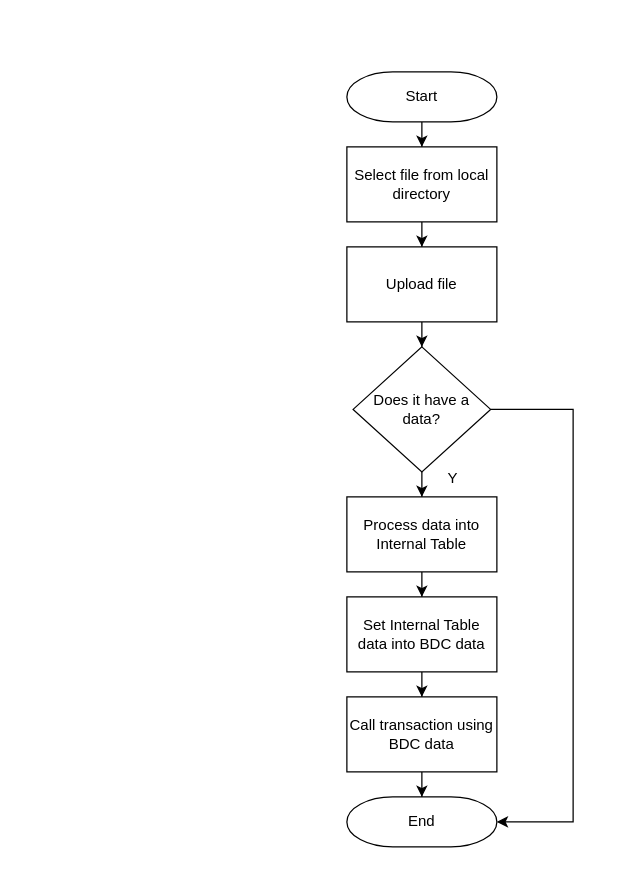
Above: MatDet.drawio in ivanpilariza/assignment (draw.io), before the change. Source tidied: cells renumbered, new cells numbered last; positions are measured from the earlier drawing's top-left corner, leaving out a move shared by most shapes. Both pictures are drawn from the tidied source at 125%, with x=0, y=0 at pixel (346, 71).
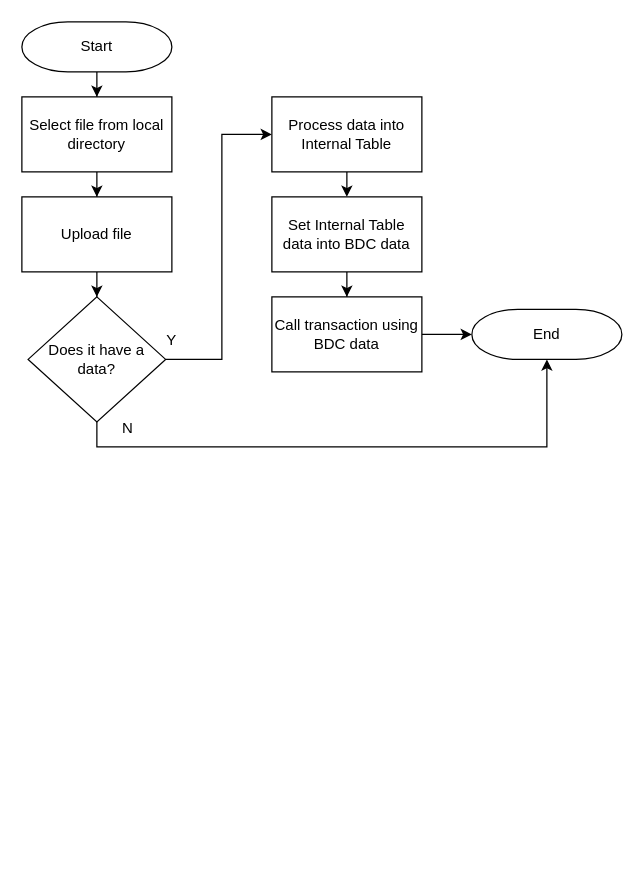
After the change.

Change to the diagram source:
```diff
@@
     <mxCell id="3" value="Start" style="strokeWidth=1;html=1;shape=mxgraph.flowchart.terminator;whiteSpace=wrap;" parent="1" vertex="1">
-      <mxGeometry width="120" height="40" as="geometry" />
+      <mxGeometry x="-260" y="-40" width="120" height="40" as="geometry" />
     </mxCell>
@@
     <mxCell id="5" value="Select file from local directory" style="whiteSpace=wrap;html=1;strokeWidth=1;" parent="1" vertex="1">
-      <mxGeometry y="60" width="120" height="60" as="geometry" />
+      <mxGeometry x="-260" y="20" width="120" height="60" as="geometry" />
     </mxCell>
@@
     <mxCell id="7" value="Upload file" style="whiteSpace=wrap;html=1;strokeWidth=1;" parent="1" vertex="1">
-      <mxGeometry y="140" width="120" height="60" as="geometry" />
+      <mxGeometry x="-260" y="100" width="120" height="60" as="geometry" />
     </mxCell>
     <mxCell id="8" style="edgeStyle=orthogonalEdgeStyle;rounded=0;jettySize=auto;html=1;" parent="1" edge="1" source="10" target="12">
-      <mxGeometry relative="1" as="geometry" />
+      <mxGeometry relative="1" as="geometry">
+        <Array as="points">
+          <mxPoint x="-100" y="230" />
+        </Array>
+      </mxGeometry>
     </mxCell>
-    <mxCell id="9" style="edgeStyle=orthogonalEdgeStyle;rounded=0;jettySize=auto;html=1;entryX=1;entryY=0.5;entryDx=0;entryDy=0;entryPerimeter=0;" parent="1" edge="1" source="10" target="18">
-      <mxGeometry relative="1" as="geometry">
-        <Array as="points">
-          <mxPoint x="181" y="270" />
-          <mxPoint x="181" y="600" />
-        </Array>
-      </mxGeometry>
-    </mxCell>
     <mxCell id="10" value="Does it have a data?" style="rhombus;whiteSpace=wrap;html=1;strokeWidth=1;" parent="1" vertex="1">
-      <mxGeometry x="5" y="220" width="110" height="100" as="geometry" />
+      <mxGeometry x="-255" y="180" width="110" height="100" as="geometry" />
     </mxCell>
-    <mxCell id="11" style="edgeStyle=orthogonalEdgeStyle;rounded=0;jettySize=auto;html=1;" parent="1" edge="1" source="12" target="15">
-      <mxGeometry relative="1" as="geometry" />
-    </mxCell>
     <mxCell id="12" value="Process data into Internal Table" style="whiteSpace=wrap;html=1;strokeWidth=1;" parent="1" vertex="1">
-      <mxGeometry y="340" width="120" height="60" as="geometry" />
+      <mxGeometry x="-60" y="20" width="120" height="60" as="geometry" />
     </mxCell>
     <mxCell id="13" value="Y" style="text;strokeColor=none;align=center;fillColor=none;html=1;verticalAlign=middle;whiteSpace=wrap;rounded=0;" parent="1" vertex="1">
-      <mxGeometry x="55" y="310" width="60" height="30" as="geometry" />
+      <mxGeometry x="-170" y="200" width="60" height="30" as="geometry" />
     </mxCell>
@@
     <mxCell id="15" value="Set Internal Table data into BDC data" style="whiteSpace=wrap;html=1;strokeWidth=1;" parent="1" vertex="1">
-      <mxGeometry y="420" width="120" height="60" as="geometry" />
+      <mxGeometry x="-60" y="100" width="120" height="60" as="geometry" />
     </mxCell>
+    <mxCell id="17" style="edgeStyle=orthogonalEdgeStyle;rounded=0;jettySize=auto;html=1;entryX=0;entryY=0.5;entryDx=0;entryDy=0;entryPerimeter=0;" parent="1" edge="1" source="16" target="18">
+      <mxGeometry relative="1" as="geometry" />
+    </mxCell>
     <mxCell id="16" value="Call transaction using BDC data" style="whiteSpace=wrap;html=1;strokeWidth=1;" parent="1" vertex="1">
-      <mxGeometry y="500" width="120" height="60" as="geometry" />
+      <mxGeometry x="-60" y="180" width="120" height="60" as="geometry" />
     </mxCell>
-    <mxCell id="17" style="edgeStyle=orthogonalEdgeStyle;rounded=0;jettySize=auto;html=1;" parent="1" edge="1" source="16" target="18">
-      <mxGeometry relative="1" as="geometry" />
-    </mxCell>
     <mxCell id="18" value="End" style="strokeWidth=1;html=1;shape=mxgraph.flowchart.terminator;whiteSpace=wrap;" parent="1" vertex="1">
-      <mxGeometry y="580" width="120" height="40" as="geometry" />
+      <mxGeometry x="100" y="190" width="120" height="40" as="geometry" />
     </mxCell>
+    <mxCell id="9" style="endArrow=classic;html=1;rounded=0;exitX=0.5;exitY=1;exitDx=0;exitDy=0;entryX=0.5;entryY=1;entryDx=0;entryDy=0;entryPerimeter=0;" parent="1" edge="1" source="10" target="18">
+      <mxGeometry relative="1" as="geometry">
+        <Array as="points">
+          <mxPoint x="-200" y="300" />
+          <mxPoint x="-120" y="300" />
+          <mxPoint x="-40" y="300" />
+          <mxPoint x="160" y="300" />
+        </Array>
+      </mxGeometry>
+    </mxCell>
+    <mxCell id="19" value="N" style="text;strokeColor=none;align=center;fillColor=none;html=1;verticalAlign=middle;whiteSpace=wrap;rounded=0;" parent="1" vertex="1">
+      <mxGeometry x="-205" y="270" width="60" height="30" as="geometry" />
+    </mxCell>
+    <mxCell id="11" style="endArrow=classic;html=1;rounded=0;exitX=0.5;exitY=1;exitDx=0;exitDy=0;entryX=0.5;entryY=0;entryDx=0;entryDy=0;" parent="1" edge="1" source="12" target="15">
+      <mxGeometry relative="1" as="geometry" />
+    </mxCell>
```
